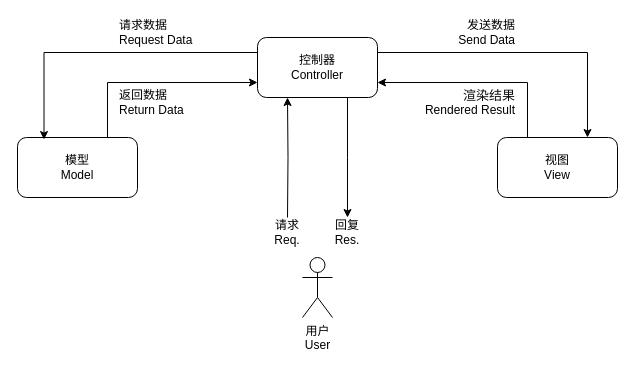
Before: Untitled Diagram.drawio in johnseetoh25/draw.io_Gallery, a draw.io diagram. Source tidied: cells renumbered, new cells numbered last; positions are measured from the earlier drawing's top-left corner, leaving out a move shared by most shapes. Both pictures are drawn from the tidied source at 100%, with x=0, y=0 at pixel (17, 17).
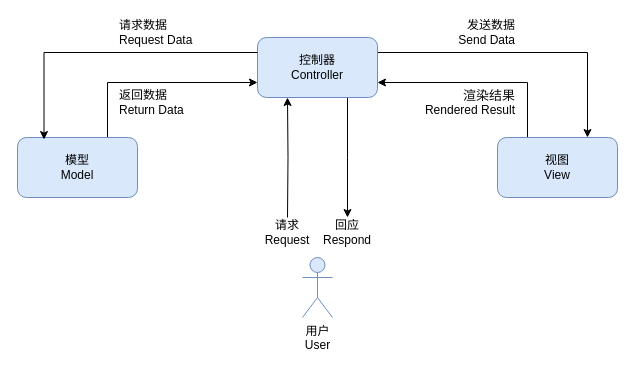
The same page after the edit.

What changed in the source:
```diff
@@
 <mxGraphModel>
   <root>
     <mxCell id="0" />
     <mxCell id="1" parent="0" />
     <mxCell id="2" style="edgeStyle=orthogonalEdgeStyle;rounded=0;jettySize=auto;html=1;entryX=0;entryY=0.75;entryDx=0;entryDy=0;exitX=0.75;exitY=0;exitDx=0;exitDy=0;" parent="1" edge="1" source="3" target="8">
       <mxGeometry relative="1" as="geometry" />
     </mxCell>
-    <mxCell id="3" value="&lt;div&gt;模型&lt;/div&gt;Model" style="rounded=1;whiteSpace=wrap;html=1;" parent="1" vertex="1">
+    <mxCell id="3" value="&lt;div&gt;模型&lt;/div&gt;Model" style="rounded=1;whiteSpace=wrap;html=1;fillColor=#dae8fc;strokeColor=#6c8ebf;" parent="1" vertex="1">
       <mxGeometry y="120" width="120" height="60" as="geometry" />
     </mxCell>
     <mxCell id="4" style="edgeStyle=orthogonalEdgeStyle;rounded=0;jettySize=auto;html=1;entryX=1;entryY=0.75;entryDx=0;entryDy=0;exitX=0.25;exitY=0;exitDx=0;exitDy=0;" parent="1" edge="1" source="5" target="8">
       <mxGeometry relative="1" as="geometry" />
     </mxCell>
-    <mxCell id="5" value="&lt;div&gt;视图&lt;/div&gt;View" style="rounded=1;whiteSpace=wrap;html=1;" parent="1" vertex="1">
+    <mxCell id="5" value="&lt;div&gt;视图&lt;/div&gt;View" style="rounded=1;whiteSpace=wrap;html=1;fillColor=#dae8fc;strokeColor=#6c8ebf;" parent="1" vertex="1">
       <mxGeometry x="480" y="120" width="120" height="60" as="geometry" />
     </mxCell>
     <mxCell id="6" style="edgeStyle=orthogonalEdgeStyle;rounded=0;jettySize=auto;html=1;exitX=0.75;exitY=1;exitDx=0;exitDy=0;" parent="1" edge="1" source="8">
       <mxGeometry relative="1" as="geometry">
         <mxPoint x="330" y="200" as="targetPoint" />
       </mxGeometry>
     </mxCell>
     <mxCell id="7" style="edgeStyle=orthogonalEdgeStyle;rounded=0;jettySize=auto;html=1;entryX=0.75;entryY=0;entryDx=0;entryDy=0;exitX=1;exitY=0.25;exitDx=0;exitDy=0;" parent="1" edge="1" source="8" target="5">
       <mxGeometry relative="1" as="geometry" />
     </mxCell>
-    <mxCell id="8" value="&lt;div&gt;控制器&lt;/div&gt;Controller" style="rounded=1;whiteSpace=wrap;html=1;" parent="1" vertex="1">
+    <mxCell id="8" value="&lt;div&gt;控制器&lt;/div&gt;Controller" style="rounded=1;whiteSpace=wrap;html=1;fillColor=#dae8fc;strokeColor=#6c8ebf;" parent="1" vertex="1">
       <mxGeometry x="240" y="20" width="120" height="60" as="geometry" />
     </mxCell>
     <mxCell id="9" style="edgeStyle=orthogonalEdgeStyle;rounded=0;jettySize=auto;html=1;entryX=0.25;entryY=1;entryDx=0;entryDy=0;" parent="1" edge="1" target="8">
       <mxGeometry relative="1" as="geometry">
         <mxPoint x="270" y="200" as="sourcePoint" />
       </mxGeometry>
     </mxCell>
-    <mxCell id="10" value="&lt;div&gt;用户&lt;/div&gt;User" style="shape=umlActor;verticalLabelPosition=bottom;verticalAlign=top;html=1;" parent="1" vertex="1">
+    <mxCell id="10" value="&lt;div&gt;用户&lt;/div&gt;User" style="shape=umlActor;verticalLabelPosition=bottom;verticalAlign=top;html=1;fillColor=#dae8fc;strokeColor=#6c8ebf;" parent="1" vertex="1">
       <mxGeometry x="285" y="240" width="30" height="60" as="geometry" />
     </mxCell>
-    <mxCell id="11" value="&lt;div&gt;请求&lt;/div&gt;Req." style="text;html=1;align=center;verticalAlign=middle;whiteSpace=wrap;rounded=0;" parent="1" vertex="1">
+    <mxCell id="11" value="&lt;div&gt;请求&lt;/div&gt;Request" style="text;html=1;align=center;verticalAlign=middle;whiteSpace=wrap;rounded=0;" parent="1" vertex="1">
       <mxGeometry x="240" y="200" width="60" height="30" as="geometry" />
     </mxCell>
-    <mxCell id="12" value="&lt;div&gt;回复&lt;/div&gt;Res." style="text;html=1;align=center;verticalAlign=middle;whiteSpace=wrap;rounded=0;" parent="1" vertex="1">
+    <mxCell id="12" value="&lt;div&gt;回应&lt;/div&gt;Respond" style="text;html=1;align=center;verticalAlign=middle;whiteSpace=wrap;rounded=0;" parent="1" vertex="1">
       <mxGeometry x="300" y="200" width="60" height="30" as="geometry" />
     </mxCell>
     <mxCell id="13" style="edgeStyle=orthogonalEdgeStyle;rounded=0;jettySize=auto;html=1;entryX=0.221;entryY=0.034;entryDx=0;entryDy=0;entryPerimeter=0;exitX=0;exitY=0.25;exitDx=0;exitDy=0;" parent="1" edge="1" source="8" target="3">
       <mxGeometry relative="1" as="geometry" />
     </mxCell>
     <mxCell id="14" value="&lt;div&gt;请求数据&lt;/div&gt;Request Data" style="text;html=1;align=left;verticalAlign=middle;whiteSpace=wrap;rounded=0;" parent="1" vertex="1">
       <mxGeometry x="100" width="80" height="30" as="geometry" />
     </mxCell>
     <mxCell id="15" value="&lt;div&gt;返回数据&lt;/div&gt;Return Data" style="text;html=1;align=left;verticalAlign=middle;whiteSpace=wrap;rounded=0;" parent="1" vertex="1">
       <mxGeometry x="100" y="70" width="80" height="30" as="geometry" />
     </mxCell>
     <mxCell id="16" value="&lt;div&gt;&lt;span style=&quot;color: rgba(0, 0, 0, 0.95); font-family: Inter, -apple-system, BlinkMacSystemFont, &amp;quot;Segoe UI&amp;quot;, &amp;quot;SF Pro SC&amp;quot;, &amp;quot;SF Pro Display&amp;quot;, &amp;quot;SF Pro Icons&amp;quot;, &amp;quot;PingFang SC&amp;quot;, &amp;quot;Hiragino Sans GB&amp;quot;, &amp;quot;Microsoft YaHei&amp;quot;, &amp;quot;Helvetica Neue&amp;quot;, Helvetica, Arial, sans-serif; font-size: 13px; text-align: start;&quot;&gt;渲染结果&lt;/span&gt;&lt;/div&gt;Rendered Result" style="text;html=1;align=right;verticalAlign=middle;whiteSpace=wrap;rounded=0;" parent="1" vertex="1">
       <mxGeometry x="400" y="70" width="100" height="30" as="geometry" />
     </mxCell>
     <mxCell id="17" value="&lt;div&gt;发送数据&lt;/div&gt;Send Data" style="text;html=1;align=right;verticalAlign=middle;whiteSpace=wrap;rounded=0;" parent="1" vertex="1">
       <mxGeometry x="420" width="80" height="30" as="geometry" />
     </mxCell>
   </root>
 </mxGraphModel>
```
